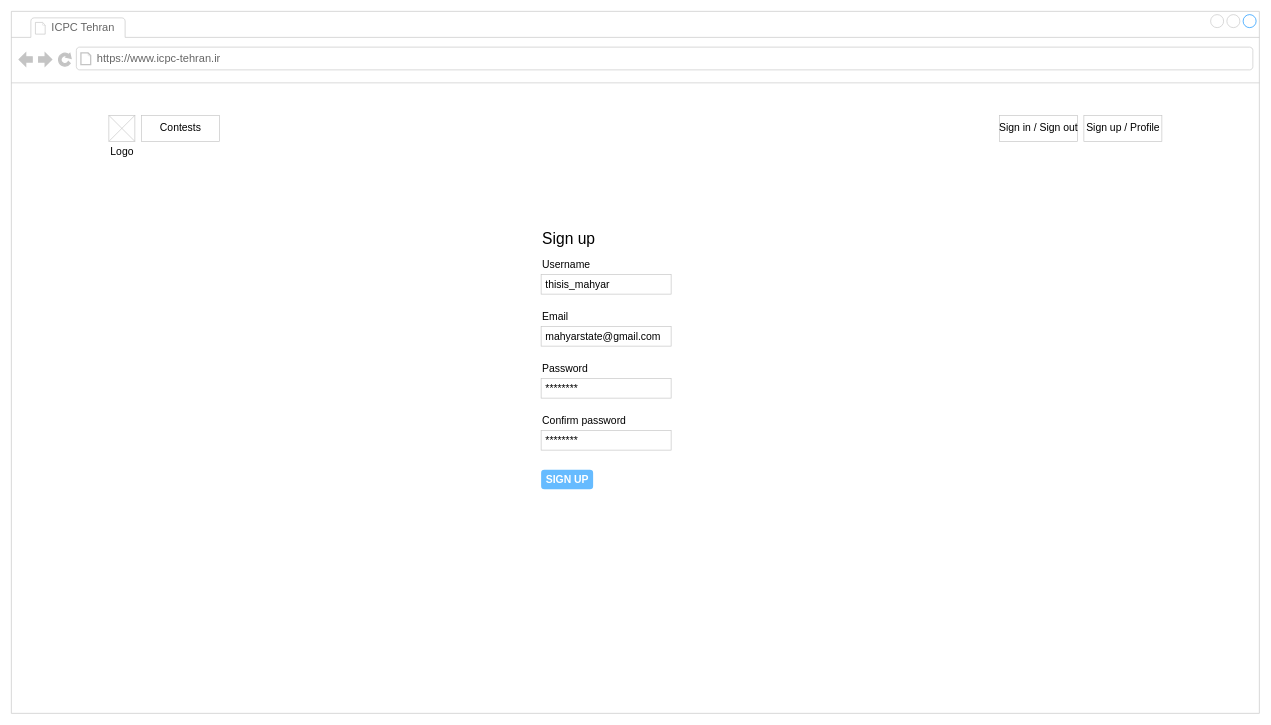
Before: page "Sign up" (2 of 10) of docs/diagrams/wireframes.drawio in thisis-mahyar/icpc-archive, a draw.io diagram. Source tidied: cells renumbered, new cells numbered last; positions are measured from the earlier drawing's top-left corner, leaving out a move shared by most shapes. Both pictures are drawn from the tidied source at 65%, with x=0, y=0 at pixel (11, 11).
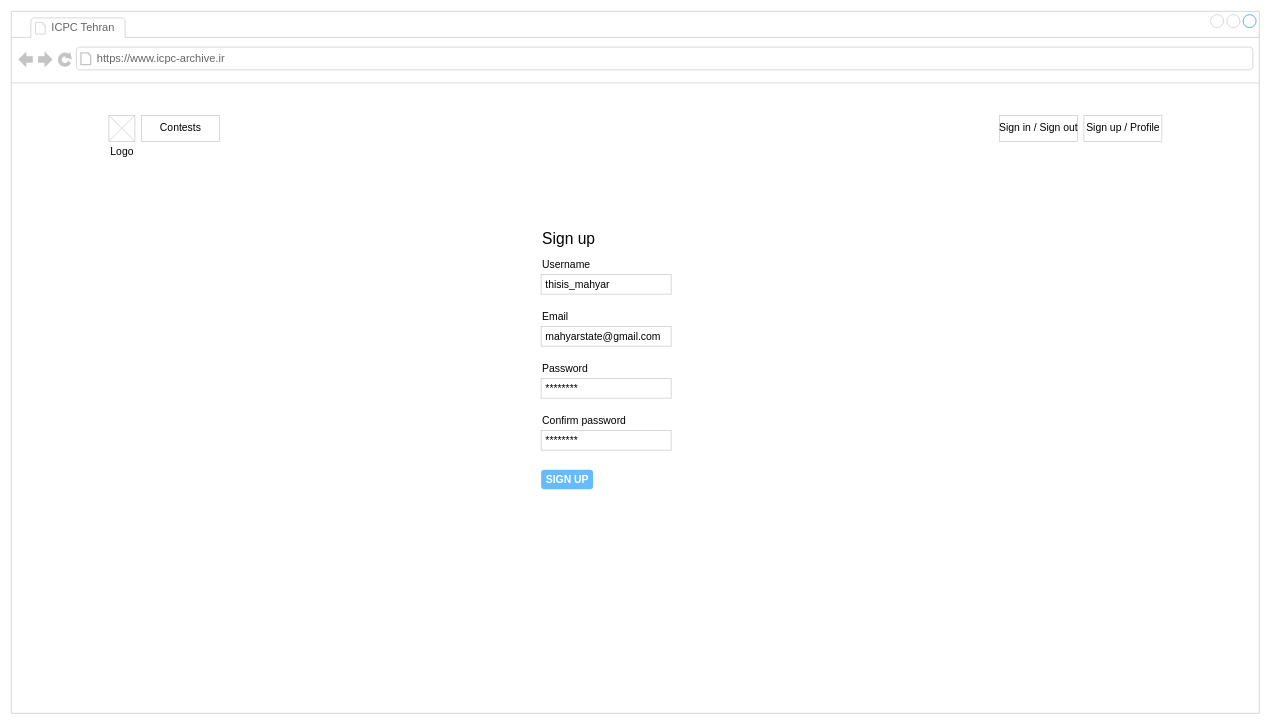
After the change.

Unchanged cells that the change refers to:
```xml
<mxCell id="2" style="strokeWidth=1;shadow=0;dashed=0;align=center;html=1;shape=mxgraph.mockup.containers.browserWindow;rSize=0;strokeColor=#C4C4C4;strokeColor2=#008cff;strokeColor3=#c4c4c4;mainText=,;fillColor=default;comic=0;backgroundOutline=0;fontSize=15;fontFamily=Helvetica;" parent="1" vertex="1">
  <mxGeometry width="1920" height="1080" as="geometry" />
</mxCell>
```

The edit, as a diff of the source:
```diff
@@
-    <mxCell id="4" value="https://www.icpc-tehran.ir" style="strokeWidth=1;shadow=0;dashed=0;align=center;html=1;shape=mxgraph.mockup.containers.anchor;rSize=0;fontSize=17;fontColor=#666666;align=left;fontFamily=Helvetica;strokeColor=#C4C4C4;" parent="2" vertex="1">
+    <mxCell id="4" value="https://www.icpc-archive.ir" style="strokeWidth=1;shadow=0;dashed=0;align=center;html=1;shape=mxgraph.mockup.containers.anchor;rSize=0;fontSize=17;fontColor=#666666;align=left;fontFamily=Helvetica;strokeColor=#C4C4C4;" parent="2" vertex="1">
       <mxGeometry x="130" y="60" width="250" height="26" as="geometry" />
     </mxCell>
```
